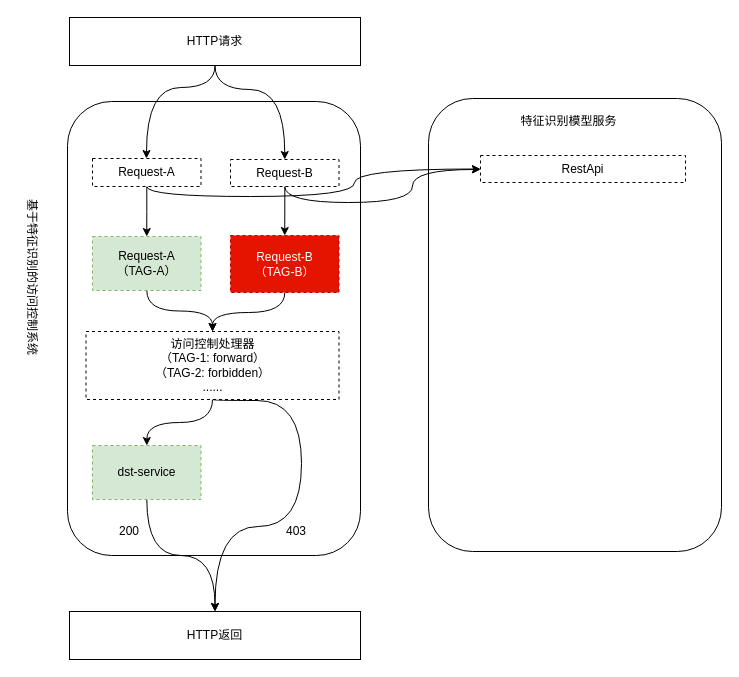
HurryUpWb/pdf keeps this draw.io diagram as page "第 2 页" (2 of 2) of 特征工程flow.drawio. Above is the earlier version. Source tidied: cells renumbered, new cells numbered last; positions are measured from the earlier drawing's top-left corner, leaving out a move shared by most shapes. Both pictures are drawn from the tidied source at 100%, with x=0, y=0 at pixel (-57, 17).
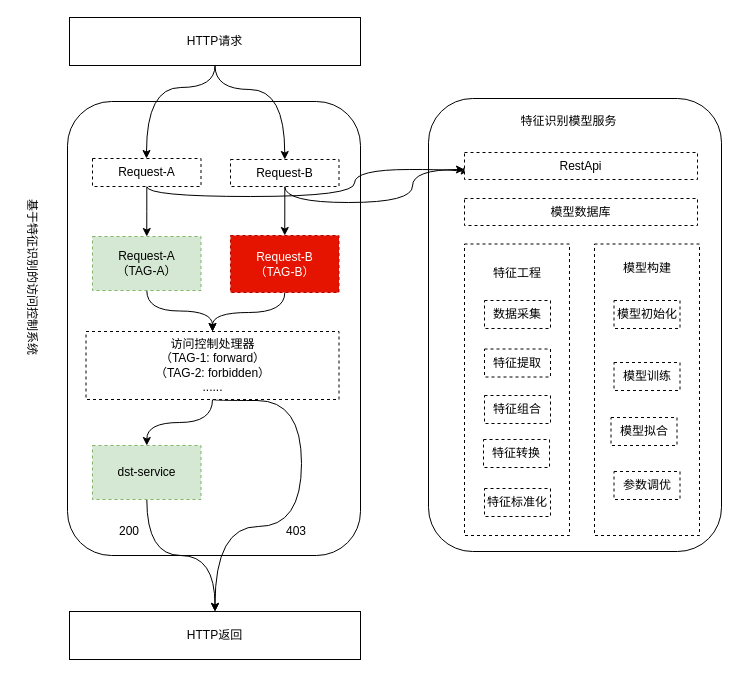
Above is the later version.

Commit message (it also covers changes not shown here):
更新特征工程flow.drawio

Change to the diagram source:
```diff
@@
     <mxCell id="13" value="RestApi" style="whiteSpace=wrap;html=1;rounded=0;dashed=1;align=center;" parent="1" vertex="1">
-      <mxGeometry x="537" y="138" width="205" height="27" as="geometry" />
+      <mxGeometry x="521" y="135" width="233" height="27" as="geometry" />
     </mxCell>
@@
+    <mxCell id="28" style="whiteSpace=wrap;html=1;rounded=0;dashed=1;align=center;" parent="1" vertex="1">
+      <mxGeometry x="521" y="226.5" width="105" height="291.5" as="geometry" />
+    </mxCell>
+    <mxCell id="29" style="whiteSpace=wrap;html=1;rounded=0;dashed=1;align=center;" parent="1" vertex="1">
+      <mxGeometry x="651" y="226.5" width="105" height="291.5" as="geometry" />
+    </mxCell>
+    <mxCell id="30" value="特征工程" style="text;html=1;align=center;verticalAlign=middle;whiteSpace=wrap;rounded=0;" parent="1" vertex="1">
+      <mxGeometry x="544" y="243" width="60" height="25" as="geometry" />
+    </mxCell>
+    <mxCell id="31" value="模型构建" style="text;html=1;align=center;verticalAlign=middle;whiteSpace=wrap;rounded=0;" parent="1" vertex="1">
+      <mxGeometry x="673.5" y="236" width="60" height="30" as="geometry" />
+    </mxCell>
+    <mxCell id="32" value="数据采集" style="whiteSpace=wrap;html=1;rounded=0;dashed=1;align=center;" parent="1" vertex="1">
+      <mxGeometry x="541" y="283" width="66" height="28" as="geometry" />
+    </mxCell>
+    <mxCell id="33" value="特征提取" style="whiteSpace=wrap;html=1;rounded=0;dashed=1;align=center;" parent="1" vertex="1">
+      <mxGeometry x="541" y="331.5" width="66" height="28" as="geometry" />
+    </mxCell>
+    <mxCell id="34" value="特征组合" style="whiteSpace=wrap;html=1;rounded=0;dashed=1;align=center;" parent="1" vertex="1">
+      <mxGeometry x="541" y="378" width="66" height="28" as="geometry" />
+    </mxCell>
+    <mxCell id="35" value="特征转换" style="whiteSpace=wrap;html=1;rounded=0;dashed=1;align=center;" parent="1" vertex="1">
+      <mxGeometry x="540" y="422" width="66" height="28" as="geometry" />
+    </mxCell>
+    <mxCell id="36" value="特征标准化" style="whiteSpace=wrap;html=1;rounded=0;dashed=1;align=center;" parent="1" vertex="1">
+      <mxGeometry x="541" y="471" width="66" height="28" as="geometry" />
+    </mxCell>
+    <mxCell id="37" value="模型初始化" style="whiteSpace=wrap;html=1;rounded=0;dashed=1;align=center;" parent="1" vertex="1">
+      <mxGeometry x="670.5" y="283" width="66" height="28" as="geometry" />
+    </mxCell>
+    <mxCell id="38" value="模型训练" style="whiteSpace=wrap;html=1;rounded=0;dashed=1;align=center;" parent="1" vertex="1">
+      <mxGeometry x="670.5" y="345" width="66" height="28" as="geometry" />
+    </mxCell>
+    <mxCell id="39" value="模型拟合" style="whiteSpace=wrap;html=1;rounded=0;dashed=1;align=center;" parent="1" vertex="1">
+      <mxGeometry x="667.5" y="400" width="66" height="28" as="geometry" />
+    </mxCell>
+    <mxCell id="40" value="参数调优" style="whiteSpace=wrap;html=1;rounded=0;dashed=1;align=center;" parent="1" vertex="1">
+      <mxGeometry x="670.5" y="454" width="66" height="28" as="geometry" />
+    </mxCell>
+    <mxCell id="41" value="模型数据库" style="whiteSpace=wrap;html=1;rounded=0;dashed=1;align=center;" parent="1" vertex="1">
+      <mxGeometry x="521" y="181" width="233" height="27" as="geometry" />
+    </mxCell>
```
